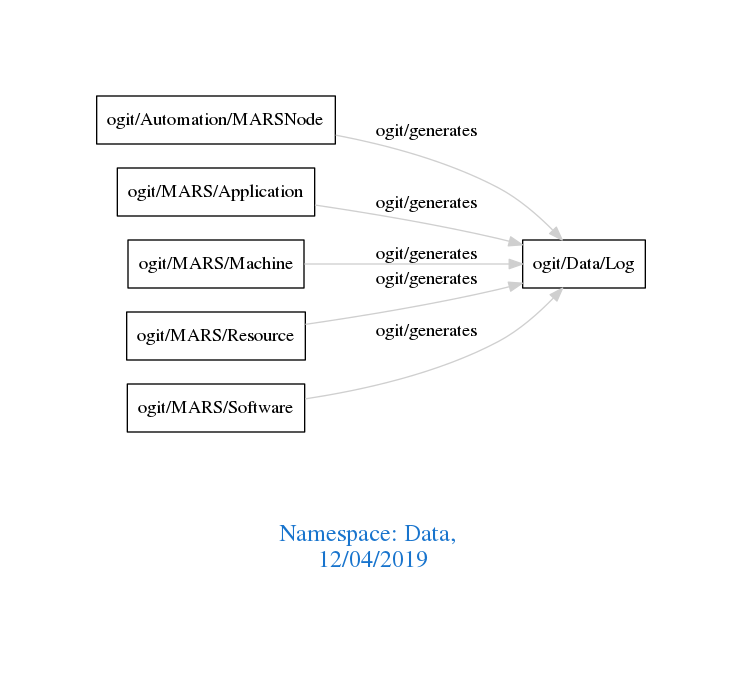
This is downloads/Data.png from arago/OGIT, a Graphviz export, as it was before one commit. Its source is kept beside it as downloads/Data.dot.
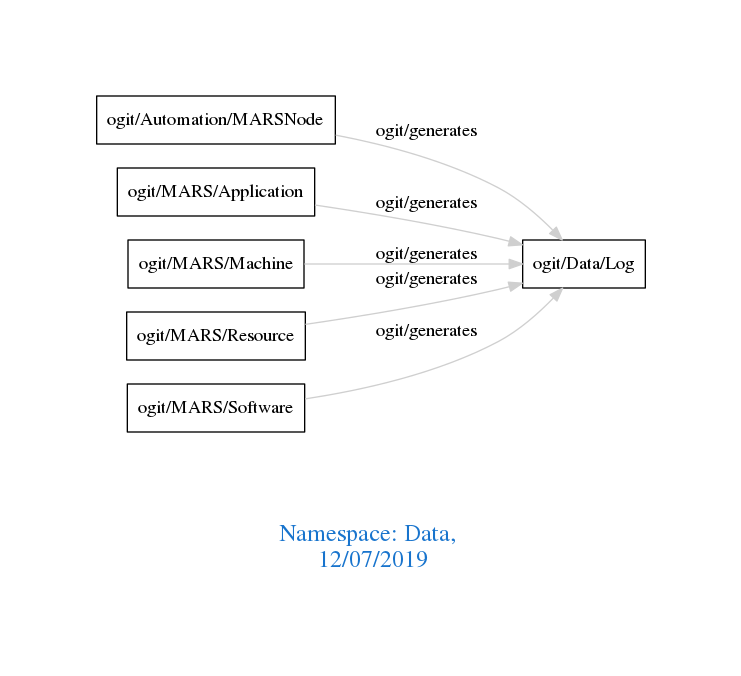
Above is the later version.

Change to the diagram source:
```diff
@@ -1,7 +1,7 @@
 digraph OGIT_ontology {
  graph [ rankdir= LR,pad=1
 fontsize = 18,
-fontcolor= dodgerblue3,label = "\n\n\nNamespace: Data, \n 12/04/2019"];
+fontcolor= dodgerblue3,label = "\n\n\nNamespace: Data, \n 12/07/2019"];
 node[shape=polygon];
 edge [  color="gray81"];
 
```
